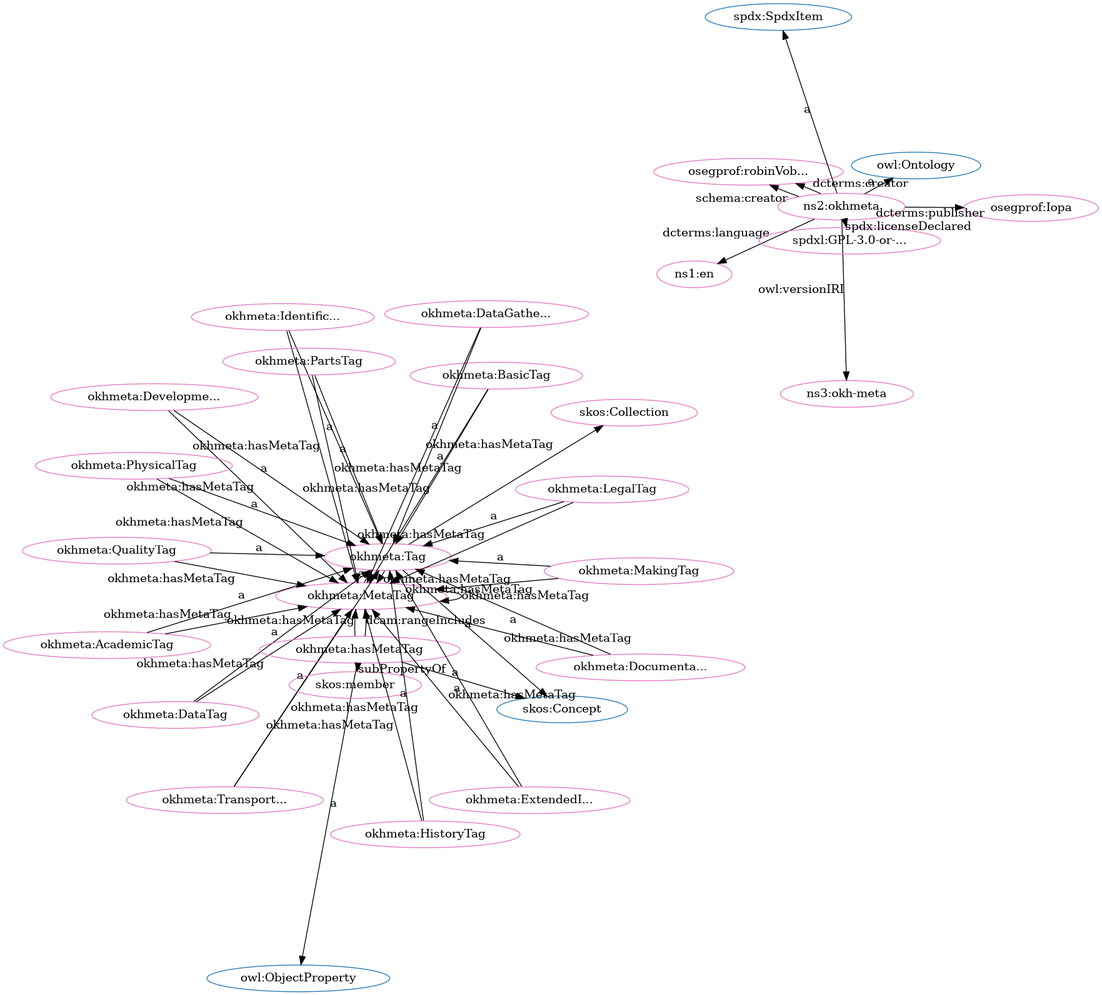
Earlier version of the Graphviz export src/spec/fdp_okh-meta.png (iop-alliance/OpenKnowHow). Its source is kept beside it as src/spec/fdp_okh-meta.dot.
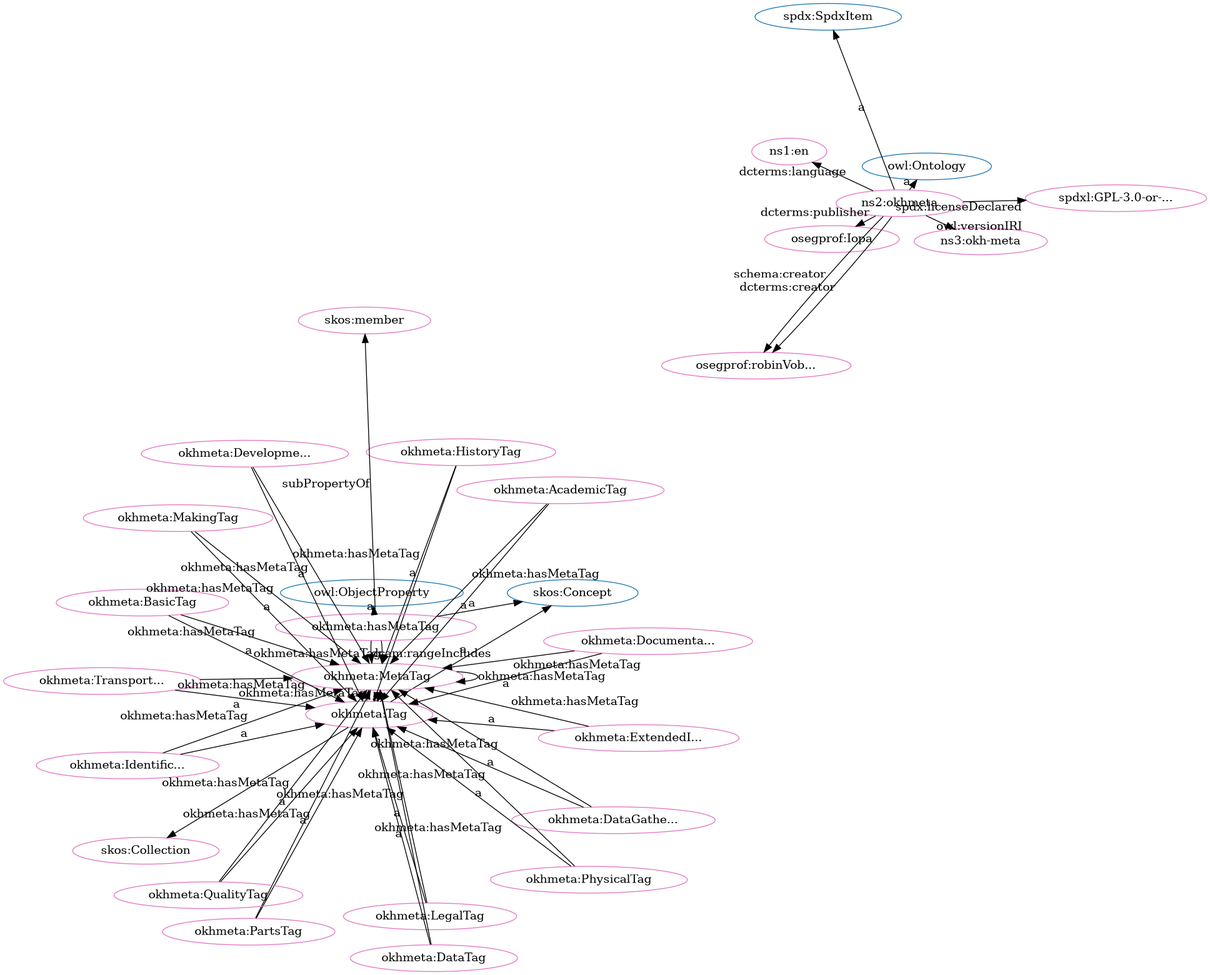
The same diagram one commit later.

What changed in the source:
```diff
@@ -1,84 +1,84 @@
 digraph G {
   rankdir=BT
   node[height=.3]
+"http://spdx.org/rdf/terms#SpdxItem" [fillcolor="#1f77b4" color="#1f77b4" label="spdx:SpdxItem"]
 "http://www.w3.org/2004/02/skos/core#Concept" [fillcolor="#1f77b4" color="#1f77b4" label="skos:Concept"]
+"http://www.w3.org/2002/07/owl#Ontology" [fillcolor="#1f77b4" color="#1f77b4" label="owl:Ontology"]
+"http://www.w3.org/2002/07/owl#ObjectProperty" [fillcolor="#1f77b4" color="#1f77b4" label="owl:ObjectProperty"]
 "http://www.w3.org/2004/02/skos/core#Collection" [fillcolor="#1f77b4" color="#1f77b4" label="skos:Collection"]
-"http://spdx.org/rdf/terms#SpdxItem" [fillcolor="#1f77b4" color="#1f77b4" label="spdx:SpdxItem"]
-"http://www.w3.org/2002/07/owl#Ontology" [fillcolor="#1f77b4" color="#1f77b4" label="owl:Ontology"]
 "http://w3id.org/oseg/ont/okhmeta#Tag" [fillcolor="#1f77b4" color="#1f77b4" label="okhmeta:Tag"]
-"http://www.w3.org/2002/07/owl#ObjectProperty" [fillcolor="#1f77b4" color="#1f77b4" label="owl:ObjectProperty"]
+"http://w3id.org/oseg/ont/okhmeta#HistoryTag" [fillcolor="#e377c2" color="#e377c2" label="okhmeta:HistoryTag"]
+"http://w3id.org/oseg/ont/okhmeta#hasMetaTag" [fillcolor="#e377c2" color="#e377c2" label="okhmeta:hasMetaTag"]
+"http://w3id.org/oseg/ont/okhmeta#DataGatheringTag" [fillcolor="#e377c2" color="#e377c2" label="okhmeta:DataGathe..."]
+"http://w3id.org/oseg/ont/okhmeta#DocumentationTag" [fillcolor="#e377c2" color="#e377c2" label="okhmeta:Documenta..."]
+"http://w3id.org/oseg/ont/okhmeta#TransportationTag" [fillcolor="#e377c2" color="#e377c2" label="okhmeta:Transport..."]
+"http://w3id.org/oseg/ont/okhmeta#LegalTag" [fillcolor="#e377c2" color="#e377c2" label="okhmeta:LegalTag"]
+"http://www.w3.org/2004/02/skos/core#Collection" [fillcolor="#e377c2" color="#e377c2" label="skos:Collection"]
+"http://w3id.org/oseg/ont/oseg-profiles#Iopa" [fillcolor="#e377c2" color="#e377c2" label="osegprof:Iopa"]
+"http://w3id.org/oseg/ont/okhmeta#MetaTag" [fillcolor="#e377c2" color="#e377c2" label="okhmeta:MetaTag"]
 "http://id.loc.gov/vocabulary/iso639-1/en" [fillcolor="#e377c2" color="#e377c2" label="ns1:en"]
+"http://w3id.org/oseg/ont/okhmeta#DevelopmentTag" [fillcolor="#e377c2" color="#e377c2" label="okhmeta:Developme..."]
+"http://spdx.org/licenses/GPL-3.0-or-later" [fillcolor="#e377c2" color="#e377c2" label="spdxl:GPL-3.0-or-..."]
+"http://w3id.org/oseg/ont/okhmeta" [fillcolor="#e377c2" color="#e377c2" label="ns2:okhmeta"]
+"http://w3id.org/oseg/ont/okhmeta#PhysicalTag" [fillcolor="#e377c2" color="#e377c2" label="okhmeta:PhysicalTag"]
 "http://w3id.org/oseg/ont/oseg-profiles#robinVobruba" [fillcolor="#e377c2" color="#e377c2" label="osegprof:robinVob..."]
+"http://w3id.org/oseg/ont/okhmeta#Tag" [fillcolor="#e377c2" color="#e377c2" label="okhmeta:Tag"]
+"http://w3id.org/oseg/ont/okhmeta#BasicTag" [fillcolor="#e377c2" color="#e377c2" label="okhmeta:BasicTag"]
+"http://w3id.org/oseg/ont/okhmeta#PartsTag" [fillcolor="#e377c2" color="#e377c2" label="okhmeta:PartsTag"]
+"http://www.w3.org/2004/02/skos/core#member" [fillcolor="#e377c2" color="#e377c2" label="skos:member"]
+"http://w3id.org/oseg/ont/1.1.0/okh-meta" [fillcolor="#e377c2" color="#e377c2" label="ns3:okh-meta"]
+"http://w3id.org/oseg/ont/okhmeta#AcademicTag" [fillcolor="#e377c2" color="#e377c2" label="okhmeta:AcademicTag"]
 "http://w3id.org/oseg/ont/okhmeta#MakingTag" [fillcolor="#e377c2" color="#e377c2" label="okhmeta:MakingTag"]
+"http://w3id.org/oseg/ont/okhmeta#IdentificationTag" [fillcolor="#e377c2" color="#e377c2" label="okhmeta:Identific..."]
 "http://w3id.org/oseg/ont/okhmeta#DataTag" [fillcolor="#e377c2" color="#e377c2" label="okhmeta:DataTag"]
-"http://w3id.org/oseg/ont/okhmeta#MetaTag" [fillcolor="#e377c2" color="#e377c2" label="okhmeta:MetaTag"]
-"http://w3id.org/oseg/ont/oseg-profiles#Iopa" [fillcolor="#e377c2" color="#e377c2" label="osegprof:Iopa"]
-"http://w3id.org/oseg/ont/okhmeta#TransportationTag" [fillcolor="#e377c2" color="#e377c2" label="okhmeta:Transport..."]
-"http://w3id.org/oseg/ont/okhmeta" [fillcolor="#e377c2" color="#e377c2" label="ns2:okhmeta"]
-"http://w3id.org/oseg/ont/okhmeta#IdentificationTag" [fillcolor="#e377c2" color="#e377c2" label="okhmeta:Identific..."]
-"http://w3id.org/oseg/ont/okhmeta#hasMetaTag" [fillcolor="#e377c2" color="#e377c2" label="okhmeta:hasMetaTag"]
-"http://w3id.org/oseg/ont/okhmeta#AcademicTag" [fillcolor="#e377c2" color="#e377c2" label="okhmeta:AcademicTag"]
-"http://www.w3.org/2004/02/skos/core#Collection" [fillcolor="#e377c2" color="#e377c2" label="skos:Collection"]
-"http://www.w3.org/2004/02/skos/core#member" [fillcolor="#e377c2" color="#e377c2" label="skos:member"]
-"http://w3id.org/oseg/ont/okhmeta#HistoryTag" [fillcolor="#e377c2" color="#e377c2" label="okhmeta:HistoryTag"]
 "http://w3id.org/oseg/ont/okhmeta#QualityTag" [fillcolor="#e377c2" color="#e377c2" label="okhmeta:QualityTag"]
-"http://w3id.org/oseg/ont/okhmeta#BasicTag" [fillcolor="#e377c2" color="#e377c2" label="okhmeta:BasicTag"]
 "http://w3id.org/oseg/ont/okhmeta#ExtendedInfoTag" [fillcolor="#e377c2" color="#e377c2" label="okhmeta:ExtendedI..."]
-"http://w3id.org/oseg/ont/okhmeta#DocumentationTag" [fillcolor="#e377c2" color="#e377c2" label="okhmeta:Documenta..."]
-"http://w3id.org/oseg/ont/1.1.0/okh-meta" [fillcolor="#e377c2" color="#e377c2" label="ns3:okh-meta"]
-"http://w3id.org/oseg/ont/okhmeta#DevelopmentTag" [fillcolor="#e377c2" color="#e377c2" label="okhmeta:Developme..."]
-"http://w3id.org/oseg/ont/okhmeta#Tag" [fillcolor="#e377c2" color="#e377c2" label="okhmeta:Tag"]
-"http://w3id.org/oseg/ont/okhmeta#PartsTag" [fillcolor="#e377c2" color="#e377c2" label="okhmeta:PartsTag"]
-"http://w3id.org/oseg/ont/okhmeta#PhysicalTag" [fillcolor="#e377c2" color="#e377c2" label="okhmeta:PhysicalTag"]
-"http://w3id.org/oseg/ont/okhmeta#DataGatheringTag" [fillcolor="#e377c2" color="#e377c2" label="okhmeta:DataGathe..."]
-"http://spdx.org/licenses/GPL-3.0-or-later" [fillcolor="#e377c2" color="#e377c2" label="spdxl:GPL-3.0-or-..."]
-"http://w3id.org/oseg/ont/okhmeta#LegalTag" [fillcolor="#e377c2" color="#e377c2" label="okhmeta:LegalTag"]
+  "http://w3id.org/oseg/ont/okhmeta#HistoryTag" -> "http://w3id.org/oseg/ont/okhmeta#Tag" [label="a"]
+  "http://w3id.org/oseg/ont/okhmeta#hasMetaTag" -> "http://www.w3.org/2004/02/skos/core#Concept" [label="a"]
+  "http://w3id.org/oseg/ont/okhmeta#TransportationTag" -> "http://w3id.org/oseg/ont/okhmeta#Tag" [label="a"]
+  "http://w3id.org/oseg/ont/okhmeta#Tag" -> "http://www.w3.org/2004/02/skos/core#Collection" [label=""]
+  "http://w3id.org/oseg/ont/okhmeta" -> "http://w3id.org/oseg/ont/oseg-profiles#Iopa" [label="dcterms:publisher"]
+  "http://w3id.org/oseg/ont/okhmeta#PhysicalTag" -> "http://w3id.org/oseg/ont/okhmeta#MetaTag" [label="okhmeta:hasMetaTag"]
+  "http://w3id.org/oseg/ont/okhmeta#MakingTag" -> "http://w3id.org/oseg/ont/okhmeta#MetaTag" [label="okhmeta:hasMetaTag"]
+  "http://w3id.org/oseg/ont/okhmeta#ExtendedInfoTag" -> "http://w3id.org/oseg/ont/okhmeta#MetaTag" [label="okhmeta:hasMetaTag"]
+  "http://w3id.org/oseg/ont/okhmeta" -> "http://spdx.org/licenses/GPL-3.0-or-later" [label="spdx:licenseDeclared"]
+  "http://w3id.org/oseg/ont/okhmeta#hasMetaTag" -> "http://www.w3.org/2002/07/owl#ObjectProperty" [label="a"]
+  "http://w3id.org/oseg/ont/okhmeta" -> "http://spdx.org/rdf/terms#SpdxItem" [label="a"]
+  "http://w3id.org/oseg/ont/okhmeta#DataGatheringTag" -> "http://w3id.org/oseg/ont/okhmeta#MetaTag" [label="okhmeta:hasMetaTag"]
+  "http://w3id.org/oseg/ont/okhmeta#LegalTag" -> "http://w3id.org/oseg/ont/okhmeta#MetaTag" [label="okhmeta:hasMetaTag"]
+  "http://w3id.org/oseg/ont/okhmeta#hasMetaTag" -> "http://www.w3.org/2004/02/skos/core#member" [label="subPropertyOf"]
+  "http://w3id.org/oseg/ont/okhmeta#DevelopmentTag" -> "http://w3id.org/oseg/ont/okhmeta#MetaTag" [label="okhmeta:hasMetaTag"]
+  "http://w3id.org/oseg/ont/okhmeta#MetaTag" -> "http://w3id.org/oseg/ont/okhmeta#MetaTag" [label="okhmeta:hasMetaTag"]
+  "http://w3id.org/oseg/ont/okhmeta#MetaTag" -> "http://w3id.org/oseg/ont/okhmeta#Tag" [label="a"]
+  "http://w3id.org/oseg/ont/okhmeta" -> "http://w3id.org/oseg/ont/oseg-profiles#robinVobruba" [label="dcterms:creator"]
+  "http://w3id.org/oseg/ont/okhmeta#BasicTag" -> "http://w3id.org/oseg/ont/okhmeta#MetaTag" [label="okhmeta:hasMetaTag"]
+  "http://w3id.org/oseg/ont/okhmeta#IdentificationTag" -> "http://w3id.org/oseg/ont/okhmeta#MetaTag" [label="okhmeta:hasMetaTag"]
+  "http://w3id.org/oseg/ont/okhmeta#DataTag" -> "http://w3id.org/oseg/ont/okhmeta#MetaTag" [label="okhmeta:hasMetaTag"]
+  "http://w3id.org/oseg/ont/okhmeta#QualityTag" -> "http://w3id.org/oseg/ont/okhmeta#MetaTag" [label="okhmeta:hasMetaTag"]
+  "http://w3id.org/oseg/ont/okhmeta" -> "http://www.w3.org/2002/07/owl#Ontology" [label="a"]
+  "http://w3id.org/oseg/ont/okhmeta#IdentificationTag" -> "http://w3id.org/oseg/ont/okhmeta#Tag" [label="a"]
+  "http://w3id.org/oseg/ont/okhmeta#DataTag" -> "http://w3id.org/oseg/ont/okhmeta#Tag" [label="a"]
+  "http://w3id.org/oseg/ont/okhmeta#QualityTag" -> "http://w3id.org/oseg/ont/okhmeta#Tag" [label="a"]
+  "http://w3id.org/oseg/ont/okhmeta#ExtendedInfoTag" -> "http://w3id.org/oseg/ont/okhmeta#Tag" [label="a"]
+  "http://w3id.org/oseg/ont/okhmeta#DataGatheringTag" -> "http://w3id.org/oseg/ont/okhmeta#Tag" [label="a"]
+  "http://w3id.org/oseg/ont/okhmeta#DocumentationTag" -> "http://w3id.org/oseg/ont/okhmeta#Tag" [label="a"]
+  "http://w3id.org/oseg/ont/okhmeta#LegalTag" -> "http://w3id.org/oseg/ont/okhmeta#Tag" [label="a"]
   "http://w3id.org/oseg/ont/okhmeta" -> "http://id.loc.gov/vocabulary/iso639-1/en" [label="dcterms:language"]
+  "http://w3id.org/oseg/ont/okhmeta#DevelopmentTag" -> "http://w3id.org/oseg/ont/okhmeta#Tag" [label="a"]
+  "http://w3id.org/oseg/ont/okhmeta#PhysicalTag" -> "http://w3id.org/oseg/ont/okhmeta#Tag" [label="a"]
   "http://w3id.org/oseg/ont/okhmeta" -> "http://w3id.org/oseg/ont/oseg-profiles#robinVobruba" [label="schema:creator"]
-  "http://w3id.org/oseg/ont/okhmeta#DataTag" -> "http://w3id.org/oseg/ont/okhmeta#Tag" [label="a"]
-  "http://w3id.org/oseg/ont/okhmeta#TransportationTag" -> "http://w3id.org/oseg/ont/okhmeta#Tag" [label="a"]
-  "http://w3id.org/oseg/ont/okhmeta#QualityTag" -> "http://w3id.org/oseg/ont/okhmeta#MetaTag" [label="okhmeta:hasMetaTag"]
-  "http://w3id.org/oseg/ont/okhmeta#MetaTag" -> "http://w3id.org/oseg/ont/okhmeta#Tag" [label="a"]
-  "http://w3id.org/oseg/ont/okhmeta#IdentificationTag" -> "http://w3id.org/oseg/ont/okhmeta#Tag" [label="a"]
-  "http://w3id.org/oseg/ont/okhmeta#hasMetaTag" -> "http://www.w3.org/2004/02/skos/core#member" [label="subPropertyOf"]
-  "http://w3id.org/oseg/ont/okhmeta#HistoryTag" -> "http://w3id.org/oseg/ont/okhmeta#Tag" [label="a"]
-  "http://w3id.org/oseg/ont/okhmeta" -> "http://spdx.org/rdf/terms#SpdxItem" [label="a"]
-  "http://w3id.org/oseg/ont/okhmeta#LegalTag" -> "http://w3id.org/oseg/ont/okhmeta#MetaTag" [label="okhmeta:hasMetaTag"]
+  "http://w3id.org/oseg/ont/okhmeta#Tag" -> "http://www.w3.org/2004/02/skos/core#Concept" [label="a"]
+  "http://w3id.org/oseg/ont/okhmeta#DocumentationTag" -> "http://w3id.org/oseg/ont/okhmeta#MetaTag" [label="okhmeta:hasMetaTag"]
+  "http://w3id.org/oseg/ont/okhmeta#TransportationTag" -> "http://w3id.org/oseg/ont/okhmeta#MetaTag" [label="okhmeta:hasMetaTag"]
+  "http://w3id.org/oseg/ont/okhmeta#PartsTag" -> "http://w3id.org/oseg/ont/okhmeta#Tag" [label="a"]
+  "http://w3id.org/oseg/ont/okhmeta#BasicTag" -> "http://w3id.org/oseg/ont/okhmeta#Tag" [label="a"]
+  "http://w3id.org/oseg/ont/okhmeta#Tag" -> "http://w3id.org/oseg/ont/okhmeta#MetaTag" [label="okhmeta:hasMetaTag"]
   "http://w3id.org/oseg/ont/okhmeta" -> "http://w3id.org/oseg/ont/1.1.0/okh-meta" [label="owl:versionIRI"]
-  "http://w3id.org/oseg/ont/okhmeta#DevelopmentTag" -> "http://w3id.org/oseg/ont/okhmeta#Tag" [label="a"]
   "http://w3id.org/oseg/ont/okhmeta#hasMetaTag" -> "http://w3id.org/oseg/ont/okhmeta#MetaTag" [label="okhmeta:hasMetaTag"]
-  "http://w3id.org/oseg/ont/okhmeta#Tag" -> "http://www.w3.org/2004/02/skos/core#Concept" [label="a"]
+  "http://w3id.org/oseg/ont/okhmeta#AcademicTag" -> "http://w3id.org/oseg/ont/okhmeta#MetaTag" [label="okhmeta:hasMetaTag"]
+  "http://w3id.org/oseg/ont/okhmeta#AcademicTag" -> "http://w3id.org/oseg/ont/okhmeta#Tag" [label="a"]
+  "http://w3id.org/oseg/ont/okhmeta#hasMetaTag" -> "http://w3id.org/oseg/ont/okhmeta#MetaTag" [label="dcam:rangeIncludes"]
+  "http://w3id.org/oseg/ont/okhmeta#MakingTag" -> "http://w3id.org/oseg/ont/okhmeta#Tag" [label="a"]
+  "http://w3id.org/oseg/ont/okhmeta#PartsTag" -> "http://w3id.org/oseg/ont/okhmeta#MetaTag" [label="okhmeta:hasMetaTag"]
   "http://w3id.org/oseg/ont/okhmeta#HistoryTag" -> "http://w3id.org/oseg/ont/okhmeta#MetaTag" [label="okhmeta:hasMetaTag"]
-  "http://w3id.org/oseg/ont/okhmeta#DataGatheringTag" -> "http://w3id.org/oseg/ont/okhmeta#Tag" [label="a"]
-  "http://w3id.org/oseg/ont/okhmeta#hasMetaTag" -> "http://w3id.org/oseg/ont/okhmeta#MetaTag" [label="dcam:rangeIncludes"]
-  "http://w3id.org/oseg/ont/okhmeta" -> "http://spdx.org/licenses/GPL-3.0-or-later" [label="spdx:licenseDeclared"]
-  "http://w3id.org/oseg/ont/okhmeta#LegalTag" -> "http://w3id.org/oseg/ont/okhmeta#Tag" [label="a"]
-  "http://w3id.org/oseg/ont/okhmeta#MakingTag" -> "http://w3id.org/oseg/ont/okhmeta#MetaTag" [label="okhmeta:hasMetaTag"]
-  "http://w3id.org/oseg/ont/okhmeta#Tag" -> "http://w3id.org/oseg/ont/okhmeta#MetaTag" [label="okhmeta:hasMetaTag"]
-  "http://w3id.org/oseg/ont/okhmeta#MakingTag" -> "http://w3id.org/oseg/ont/okhmeta#Tag" [label="a"]
-  "http://w3id.org/oseg/ont/okhmeta#BasicTag" -> "http://w3id.org/oseg/ont/okhmeta#MetaTag" [label="okhmeta:hasMetaTag"]
-  "http://w3id.org/oseg/ont/okhmeta#ExtendedInfoTag" -> "http://w3id.org/oseg/ont/okhmeta#MetaTag" [label="okhmeta:hasMetaTag"]
-  "http://w3id.org/oseg/ont/okhmeta" -> "http://w3id.org/oseg/ont/oseg-profiles#Iopa" [label="dcterms:publisher"]
-  "http://w3id.org/oseg/ont/okhmeta" -> "http://www.w3.org/2002/07/owl#Ontology" [label="a"]
-  "http://w3id.org/oseg/ont/okhmeta#hasMetaTag" -> "http://www.w3.org/2004/02/skos/core#Concept" [label="a"]
-  "http://w3id.org/oseg/ont/okhmeta#AcademicTag" -> "http://w3id.org/oseg/ont/okhmeta#Tag" [label="a"]
-  "http://w3id.org/oseg/ont/okhmeta#Tag" -> "http://www.w3.org/2004/02/skos/core#Collection" [label=""]
-  "http://w3id.org/oseg/ont/okhmeta#DataTag" -> "http://w3id.org/oseg/ont/okhmeta#MetaTag" [label="okhmeta:hasMetaTag"]
-  "http://w3id.org/oseg/ont/okhmeta#PhysicalTag" -> "http://w3id.org/oseg/ont/okhmeta#MetaTag" [label="okhmeta:hasMetaTag"]
-  "http://w3id.org/oseg/ont/okhmeta#QualityTag" -> "http://w3id.org/oseg/ont/okhmeta#Tag" [label="a"]
-  "http://w3id.org/oseg/ont/okhmeta#BasicTag" -> "http://w3id.org/oseg/ont/okhmeta#Tag" [label="a"]
-  "http://w3id.org/oseg/ont/okhmeta#MetaTag" -> "http://w3id.org/oseg/ont/okhmeta#MetaTag" [label="okhmeta:hasMetaTag"]
-  "http://w3id.org/oseg/ont/okhmeta#ExtendedInfoTag" -> "http://w3id.org/oseg/ont/okhmeta#Tag" [label="a"]
-  "http://w3id.org/oseg/ont/okhmeta#DocumentationTag" -> "http://w3id.org/oseg/ont/okhmeta#Tag" [label="a"]
-  "http://w3id.org/oseg/ont/okhmeta#PartsTag" -> "http://w3id.org/oseg/ont/okhmeta#MetaTag" [label="okhmeta:hasMetaTag"]
-  "http://w3id.org/oseg/ont/okhmeta#DataGatheringTag" -> "http://w3id.org/oseg/ont/okhmeta#MetaTag" [label="okhmeta:hasMetaTag"]
-  "http://w3id.org/oseg/ont/okhmeta#AcademicTag" -> "http://w3id.org/oseg/ont/okhmeta#MetaTag" [label="okhmeta:hasMetaTag"]
-  "http://w3id.org/oseg/ont/okhmeta#PartsTag" -> "http://w3id.org/oseg/ont/okhmeta#Tag" [label="a"]
-  "http://w3id.org/oseg/ont/okhmeta#PhysicalTag" -> "http://w3id.org/oseg/ont/okhmeta#Tag" [label="a"]
-  "http://w3id.org/oseg/ont/okhmeta#DocumentationTag" -> "http://w3id.org/oseg/ont/okhmeta#MetaTag" [label="okhmeta:hasMetaTag"]
-  "http://w3id.org/oseg/ont/okhmeta#hasMetaTag" -> "http://www.w3.org/2002/07/owl#ObjectProperty" [label="a"]
-  "http://w3id.org/oseg/ont/okhmeta#DevelopmentTag" -> "http://w3id.org/oseg/ont/okhmeta#MetaTag" [label="okhmeta:hasMetaTag"]
-  "http://w3id.org/oseg/ont/okhmeta#TransportationTag" -> "http://w3id.org/oseg/ont/okhmeta#MetaTag" [label="okhmeta:hasMetaTag"]
-  "http://w3id.org/oseg/ont/okhmeta#IdentificationTag" -> "http://w3id.org/oseg/ont/okhmeta#MetaTag" [label="okhmeta:hasMetaTag"]
-  "http://w3id.org/oseg/ont/okhmeta" -> "http://w3id.org/oseg/ont/oseg-profiles#robinVobruba" [label="dcterms:creator"]
 }
```
